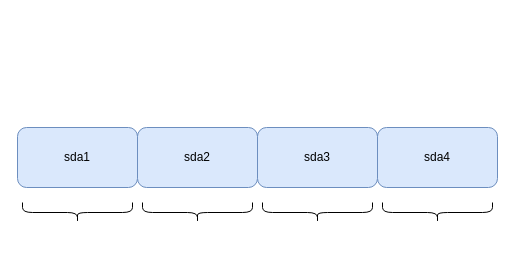
The draw.io diagram DPT.drawio in wupei-w/diagrams, before the edit. Source tidied: cells renumbered, new cells numbered last; positions are measured from the earlier drawing's top-left corner, leaving out a move shared by most shapes. Both pictures are drawn from the tidied source at 100%, with x=0, y=0 at pixel (17, 127).
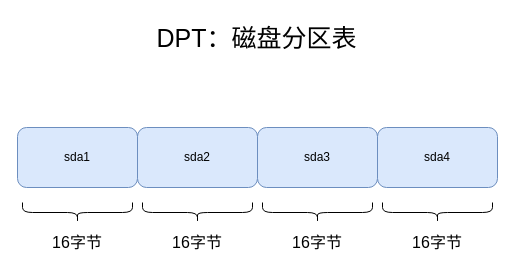
The same diagram, later.

Diff of the diagram source:
```diff
@@
 <mxGraphModel>
   <root>
     <mxCell id="0" />
     <mxCell id="1" parent="0" />
     <mxCell id="2" value="sda1" style="rounded=1;whiteSpace=wrap;html=1;fillColor=#dae8fc;strokeColor=#6c8ebf;" parent="1" vertex="1">
       <mxGeometry width="120" height="60" as="geometry" />
     </mxCell>
     <mxCell id="3" value="sda2" style="rounded=1;whiteSpace=wrap;html=1;fillColor=#dae8fc;strokeColor=#6c8ebf;" parent="1" vertex="1">
       <mxGeometry x="120" width="120" height="60" as="geometry" />
     </mxCell>
     <mxCell id="4" value="sda4" style="rounded=1;whiteSpace=wrap;html=1;fillColor=#dae8fc;strokeColor=#6c8ebf;" parent="1" vertex="1">
       <mxGeometry x="360" width="120" height="60" as="geometry" />
     </mxCell>
     <mxCell id="5" value="sda3" style="rounded=1;whiteSpace=wrap;html=1;fillColor=#dae8fc;strokeColor=#6c8ebf;" parent="1" vertex="1">
       <mxGeometry x="240" width="120" height="60" as="geometry" />
     </mxCell>
     <mxCell id="6" style="shape=curlyBracket;whiteSpace=wrap;html=1;rounded=1;rotation=-90;" parent="1" vertex="1">
       <mxGeometry x="50" y="30" width="20" height="110" as="geometry" />
     </mxCell>
     <mxCell id="7" style="shape=curlyBracket;whiteSpace=wrap;html=1;rounded=1;rotation=-90;" parent="1" vertex="1">
       <mxGeometry x="170" y="30" width="20" height="110" as="geometry" />
     </mxCell>
     <mxCell id="8" style="shape=curlyBracket;whiteSpace=wrap;html=1;rounded=1;rotation=-90;" parent="1" vertex="1">
       <mxGeometry x="290" y="30" width="20" height="110" as="geometry" />
     </mxCell>
     <mxCell id="9" style="shape=curlyBracket;whiteSpace=wrap;html=1;rounded=1;rotation=-90;" parent="1" vertex="1">
       <mxGeometry x="410" y="30" width="20" height="110" as="geometry" />
     </mxCell>
+    <mxCell id="10" value="&lt;font style=&quot;font-size: 16px&quot;&gt;16字节&lt;/font&gt;" style="text;html=1;strokeColor=none;fillColor=none;align=center;verticalAlign=middle;whiteSpace=wrap;rounded=0;" parent="1" vertex="1">
+      <mxGeometry x="30" y="100" width="60" height="30" as="geometry" />
+    </mxCell>
+    <mxCell id="11" value="&lt;font style=&quot;font-size: 16px&quot;&gt;16字节&lt;/font&gt;" style="text;html=1;strokeColor=none;fillColor=none;align=center;verticalAlign=middle;whiteSpace=wrap;rounded=0;" parent="1" vertex="1">
+      <mxGeometry x="150" y="100" width="60" height="30" as="geometry" />
+    </mxCell>
+    <mxCell id="12" value="&lt;font style=&quot;font-size: 16px&quot;&gt;16字节&lt;/font&gt;" style="text;html=1;strokeColor=none;fillColor=none;align=center;verticalAlign=middle;whiteSpace=wrap;rounded=0;" parent="1" vertex="1">
+      <mxGeometry x="270" y="100" width="60" height="30" as="geometry" />
+    </mxCell>
+    <mxCell id="13" value="&lt;font style=&quot;font-size: 16px&quot;&gt;16字节&lt;/font&gt;" style="text;html=1;strokeColor=none;fillColor=none;align=center;verticalAlign=middle;whiteSpace=wrap;rounded=0;" parent="1" vertex="1">
+      <mxGeometry x="390" y="100" width="60" height="30" as="geometry" />
+    </mxCell>
+    <mxCell id="14" value="&lt;font style=&quot;font-size: 25px&quot;&gt;DPT：磁盘分区表&lt;/font&gt;" style="text;html=1;strokeColor=none;fillColor=none;align=center;verticalAlign=middle;whiteSpace=wrap;rounded=0;" parent="1" vertex="1">
+      <mxGeometry x="109" y="-110" width="261" height="40" as="geometry" />
+    </mxCell>
   </root>
 </mxGraphModel>
```
